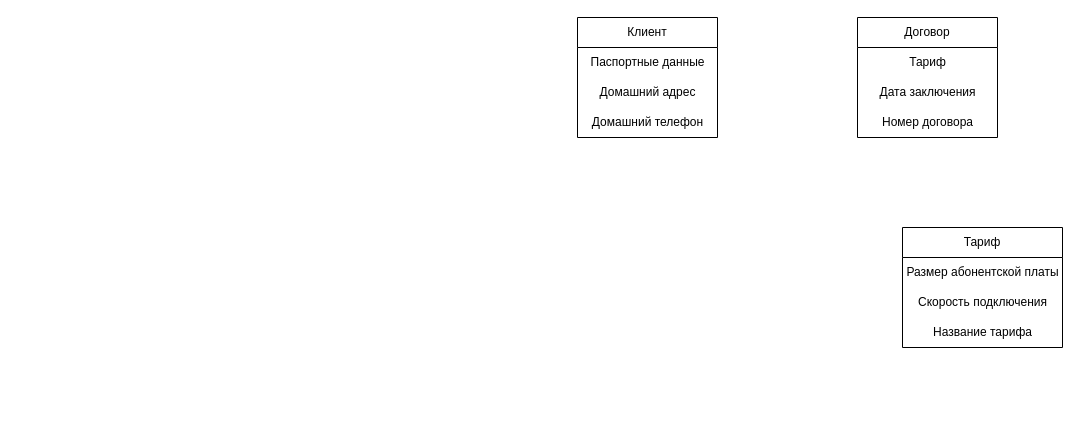
DimaUraz/DB keeps this draw.io diagram as Untitled Diagram.drawio. Above is the earlier version. Source tidied: cells renumbered, new cells numbered last; positions are measured from the earlier drawing's top-left corner, leaving out a move shared by most shapes. Both pictures are drawn from the tidied source at 100%, with x=0, y=0 at pixel (577, 17).
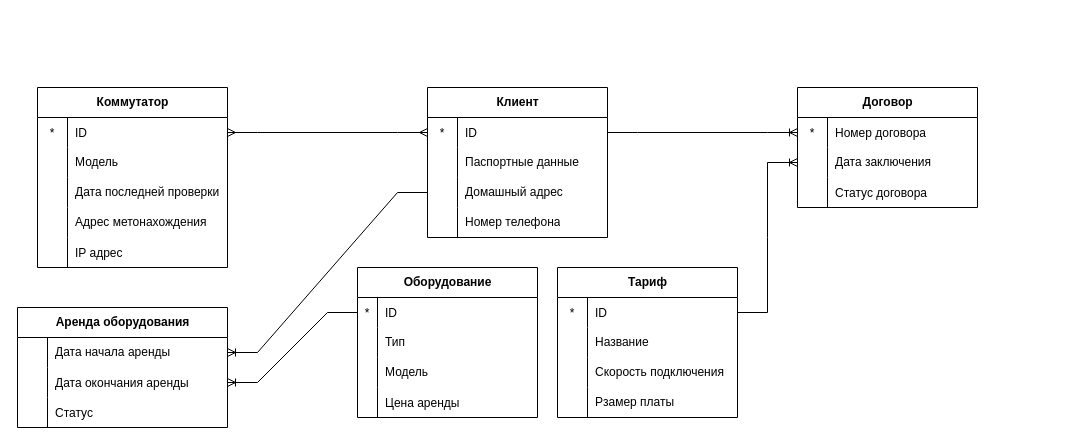
The same page after the edit.

Diff of the diagram source:
```diff
@@
-    <mxCell id="2" value="Клиент" style="swimlane;fontStyle=0;horizontal=1;startSize=30;whiteSpace=wrap;html=1;" parent="1" vertex="1">
-      <mxGeometry width="140" height="120" as="geometry" />
+    <mxCell id="2" value="Клиент" style="shape=table;startSize=30;childLayout=tableLayout;rowLines=0;fontStyle=1;align=center;html=1;" parent="1" vertex="1">
+      <mxGeometry x="-150" y="70" width="180" height="150" as="geometry" />
     </mxCell>
+    <mxCell id="14" style="shape=tableRow;horizontal=0;startSize=0;swimlaneHead=0;swimlaneBody=0;fillColor=none;top=0;left=0;right=0;bottom=0;" parent="2" vertex="1">
+      <mxGeometry y="30" width="180" height="30" as="geometry" />
+    </mxCell>
+    <mxCell id="15" value="*" style="shape=partialRectangle;fillColor=none;top=0;left=0;bottom=0;right=0;overflow=hidden;" parent="14" vertex="1">
+      <mxGeometry width="30" height="30" as="geometry" />
+    </mxCell>
+    <mxCell id="16" value="ID" style="shape=partialRectangle;fillColor=none;top=0;left=0;bottom=0;right=0;align=left;spacingLeft=6;overflow=hidden;" parent="14" vertex="1">
+      <mxGeometry x="30" width="150" height="30" as="geometry" />
+    </mxCell>
+    <mxCell id="17" style="shape=tableRow;horizontal=0;startSize=0;swimlaneHead=0;swimlaneBody=0;fillColor=none;top=0;left=0;right=0;bottom=0;" parent="2" vertex="1">
+      <mxGeometry y="60" width="180" height="30" as="geometry" />
+    </mxCell>
+    <mxCell id="18" style="shape=partialRectangle;fillColor=none;top=0;left=0;bottom=0;right=0;overflow=hidden;whiteSpace=wrap;html=1;" parent="17" vertex="1">
+      <mxGeometry width="30" height="30" as="geometry" />
+    </mxCell>
-    <mxCell id="3" value="Паспортные данные" style="text;html=1;align=center;verticalAlign=middle;strokeColor=none;fillColor=none;" parent="2" vertex="1">
-      <mxGeometry y="30" width="140" height="30" as="geometry" />
+    <mxCell id="3" value="Паспортные данные" style="shape=partialRectangle;fillColor=none;top=0;left=0;bottom=0;right=0;align=left;spacingLeft=6;overflow=hidden;whiteSpace=wrap;html=1;" parent="17" vertex="1">
+      <mxGeometry x="30" width="150" height="30" as="geometry" />
     </mxCell>
-    <mxCell id="4" value="Домашний адрес" style="text;html=1;align=center;verticalAlign=middle;strokeColor=none;fillColor=none;" parent="2" vertex="1">
-      <mxGeometry y="60" width="140" height="30" as="geometry" />
-    </mxCell>
-    <mxCell id="5" value="Домашний телефон" style="text;html=1;align=center;verticalAlign=middle;strokeColor=none;fillColor=none;" parent="2" vertex="1">
-      <mxGeometry y="90" width="140" height="30" as="geometry" />
-    </mxCell>
+    <mxCell id="19" style="shape=tableRow;horizontal=0;startSize=0;swimlaneHead=0;swimlaneBody=0;fillColor=none;points=[[0,0.5],[1,0.5]];portConstraint=eastwest;top=0;left=0;right=0;bottom=0;" parent="2" vertex="1">
+      <mxGeometry y="90" width="180" height="30" as="geometry" />
+    </mxCell>
+    <mxCell id="20" style="shape=partialRectangle;fillColor=none;top=0;left=0;bottom=0;right=0;overflow=hidden;whiteSpace=wrap;html=1;" parent="19" vertex="1">
+      <mxGeometry width="30" height="30" as="geometry" />
+    </mxCell>
+    <mxCell id="21" value="Домашный адрес" style="shape=partialRectangle;fillColor=none;top=0;left=0;bottom=0;right=0;align=left;spacingLeft=6;overflow=hidden;whiteSpace=wrap;html=1;" parent="19" vertex="1">
+      <mxGeometry x="30" width="150" height="30" as="geometry" />
+    </mxCell>
+    <mxCell id="22" style="shape=tableRow;horizontal=0;startSize=0;swimlaneHead=0;swimlaneBody=0;fillColor=none;top=0;left=0;right=0;bottom=0;" parent="2" vertex="1">
+      <mxGeometry y="120" width="180" height="30" as="geometry" />
+    </mxCell>
+    <mxCell id="23" style="shape=partialRectangle;fillColor=none;top=0;left=0;bottom=0;right=0;overflow=hidden;whiteSpace=wrap;html=1;" parent="22" vertex="1">
+      <mxGeometry width="30" height="30" as="geometry" />
+    </mxCell>
+    <mxCell id="24" value="Номер телефона" style="shape=partialRectangle;fillColor=none;top=0;left=0;bottom=0;right=0;align=left;spacingLeft=6;overflow=hidden;whiteSpace=wrap;html=1;" parent="22" vertex="1">
+      <mxGeometry x="30" width="150" height="30" as="geometry" />
+    </mxCell>
+    <mxCell id="25" value="Тариф" style="shape=table;startSize=30;childLayout=tableLayout;rowLines=0;fontStyle=1;align=center;html=1;" parent="1" vertex="1">
+      <mxGeometry x="-20" y="250" width="180" height="150" as="geometry" />
+    </mxCell>
+    <mxCell id="26" style="shape=tableRow;horizontal=0;startSize=0;swimlaneHead=0;swimlaneBody=0;fillColor=none;top=0;left=0;right=0;bottom=0;" parent="25" vertex="1">
+      <mxGeometry y="30" width="180" height="30" as="geometry" />
+    </mxCell>
+    <mxCell id="27" value="*" style="shape=partialRectangle;fillColor=none;top=0;left=0;bottom=0;right=0;overflow=hidden;" parent="26" vertex="1">
+      <mxGeometry width="30" height="30" as="geometry" />
+    </mxCell>
+    <mxCell id="28" value="ID" style="shape=partialRectangle;fillColor=none;top=0;left=0;bottom=0;right=0;align=left;spacingLeft=6;overflow=hidden;" parent="26" vertex="1">
+      <mxGeometry x="30" width="150" height="30" as="geometry" />
+    </mxCell>
+    <mxCell id="29" style="shape=tableRow;horizontal=0;startSize=0;swimlaneHead=0;swimlaneBody=0;fillColor=none;top=0;left=0;right=0;bottom=0;" parent="25" vertex="1">
+      <mxGeometry y="60" width="180" height="30" as="geometry" />
+    </mxCell>
+    <mxCell id="30" style="shape=partialRectangle;fillColor=none;top=0;left=0;bottom=0;right=0;overflow=hidden;whiteSpace=wrap;html=1;" parent="29" vertex="1">
+      <mxGeometry width="30" height="30" as="geometry" />
+    </mxCell>
+    <mxCell id="31" value="Название" style="shape=partialRectangle;fillColor=none;top=0;left=0;bottom=0;right=0;align=left;spacingLeft=6;overflow=hidden;whiteSpace=wrap;html=1;" parent="29" vertex="1">
+      <mxGeometry x="30" width="150" height="30" as="geometry" />
+    </mxCell>
+    <mxCell id="32" style="shape=tableRow;horizontal=0;startSize=0;swimlaneHead=0;swimlaneBody=0;fillColor=none;top=0;left=0;right=0;bottom=0;" parent="25" vertex="1">
+      <mxGeometry y="90" width="180" height="30" as="geometry" />
+    </mxCell>
+    <mxCell id="33" style="shape=partialRectangle;fillColor=none;top=0;left=0;bottom=0;right=0;overflow=hidden;whiteSpace=wrap;html=1;" parent="32" vertex="1">
+      <mxGeometry width="30" height="30" as="geometry" />
+    </mxCell>
+    <mxCell id="12" value="Скорость подключения" style="shape=partialRectangle;fillColor=none;top=0;left=0;bottom=0;right=0;align=left;spacingLeft=6;overflow=hidden;whiteSpace=wrap;html=1;" parent="32" vertex="1">
+      <mxGeometry x="30" width="150" height="30" as="geometry" />
+    </mxCell>
+    <mxCell id="34" style="shape=tableRow;horizontal=0;startSize=0;swimlaneHead=0;swimlaneBody=0;fillColor=none;top=0;left=0;right=0;bottom=0;" parent="25" vertex="1">
+      <mxGeometry y="120" width="180" height="30" as="geometry" />
+    </mxCell>
+    <mxCell id="35" style="shape=partialRectangle;fillColor=none;top=0;left=0;bottom=0;right=0;overflow=hidden;whiteSpace=wrap;html=1;" parent="34" vertex="1">
+      <mxGeometry width="30" height="30" as="geometry" />
+    </mxCell>
+    <mxCell id="36" value="Рзамер платы" style="shape=partialRectangle;fillColor=none;top=0;left=0;bottom=0;right=0;align=left;spacingLeft=6;overflow=hidden;whiteSpace=wrap;html=1;" parent="34" vertex="1">
+      <mxGeometry x="30" width="150" height="30" as="geometry" />
+    </mxCell>
+    <mxCell id="37" value="Аренда оборудования" style="shape=table;startSize=30;childLayout=tableLayout;rowLines=0;fontStyle=1;align=center;html=1;" parent="1" vertex="1">
+      <mxGeometry x="-560" y="290" width="210" height="120" as="geometry" />
+    </mxCell>
+    <mxCell id="38" style="shape=tableRow;horizontal=0;startSize=0;swimlaneHead=0;swimlaneBody=0;fillColor=none;points=[[0,0.5],[1,0.5]];portConstraint=eastwest;top=0;left=0;right=0;bottom=0;" parent="37" vertex="1">
+      <mxGeometry y="30" width="210" height="30" as="geometry" />
+    </mxCell>
+    <mxCell id="39" style="shape=partialRectangle;fillColor=none;top=0;left=0;bottom=0;right=0;overflow=hidden;whiteSpace=wrap;html=1;" parent="38" vertex="1">
+      <mxGeometry width="30" height="30" as="geometry" />
+    </mxCell>
+    <mxCell id="40" value="Дата начала аренды" style="shape=partialRectangle;fillColor=none;top=0;left=0;bottom=0;right=0;align=left;spacingLeft=6;overflow=hidden;whiteSpace=wrap;html=1;" parent="38" vertex="1">
+      <mxGeometry x="30" width="180" height="30" as="geometry" />
+    </mxCell>
+    <mxCell id="41" style="shape=tableRow;horizontal=0;startSize=0;swimlaneHead=0;swimlaneBody=0;fillColor=none;points=[[0,0.5],[1,0.5]];portConstraint=eastwest;top=0;left=0;right=0;bottom=0;" parent="37" vertex="1">
+      <mxGeometry y="60" width="210" height="30" as="geometry" />
+    </mxCell>
+    <mxCell id="42" style="shape=partialRectangle;fillColor=none;top=0;left=0;bottom=0;right=0;overflow=hidden;" parent="41" vertex="1">
+      <mxGeometry width="30" height="30" as="geometry" />
+    </mxCell>
+    <mxCell id="43" value="Дата окончания аренды" style="shape=partialRectangle;fillColor=none;top=0;left=0;bottom=0;right=0;align=left;spacingLeft=6;overflow=hidden;" parent="41" vertex="1">
+      <mxGeometry x="30" width="180" height="30" as="geometry" />
+    </mxCell>
+    <mxCell id="44" style="shape=tableRow;horizontal=0;startSize=0;swimlaneHead=0;swimlaneBody=0;fillColor=none;top=0;left=0;right=0;bottom=0;" parent="37" vertex="1">
+      <mxGeometry y="90" width="210" height="30" as="geometry" />
+    </mxCell>
+    <mxCell id="45" style="shape=partialRectangle;fillColor=none;top=0;left=0;bottom=0;right=0;overflow=hidden;" parent="44" vertex="1">
+      <mxGeometry width="30" height="30" as="geometry" />
+    </mxCell>
+    <mxCell id="46" value="Статус" style="shape=partialRectangle;fillColor=none;top=0;left=0;bottom=0;right=0;align=left;spacingLeft=6;overflow=hidden;" parent="44" vertex="1">
+      <mxGeometry x="30" width="180" height="30" as="geometry" />
+    </mxCell>
-    <mxCell id="6" value="Договор" style="swimlane;fontStyle=0;horizontal=1;startSize=30;whiteSpace=wrap;html=1;" parent="1" vertex="1">
-      <mxGeometry x="280" width="140" height="120" as="geometry" />
+    <mxCell id="6" value="Договор" style="shape=table;startSize=30;childLayout=tableLayout;rowLines=0;fontStyle=1;align=center;html=1;" parent="1" vertex="1">
+      <mxGeometry x="220" y="70" width="180" height="120" as="geometry" />
     </mxCell>
-    <mxCell id="7" value="Тариф" style="text;html=1;align=center;verticalAlign=middle;strokeColor=none;fillColor=none;" parent="6" vertex="1">
-      <mxGeometry y="30" width="140" height="30" as="geometry" />
-    </mxCell>
+    <mxCell id="47" style="shape=tableRow;horizontal=0;startSize=0;swimlaneHead=0;swimlaneBody=0;fillColor=none;top=0;left=0;right=0;bottom=0;" parent="6" vertex="1">
+      <mxGeometry y="30" width="180" height="30" as="geometry" />
+    </mxCell>
+    <mxCell id="48" value="*" style="shape=partialRectangle;fillColor=none;top=0;left=0;bottom=0;right=0;overflow=hidden;" parent="47" vertex="1">
+      <mxGeometry width="30" height="30" as="geometry" />
+    </mxCell>
+    <mxCell id="9" value="Номер договора" style="shape=partialRectangle;fillColor=none;top=0;left=0;bottom=0;right=0;align=left;spacingLeft=6;overflow=hidden;" parent="47" vertex="1">
+      <mxGeometry x="30" width="150" height="30" as="geometry" />
+    </mxCell>
+    <mxCell id="49" style="shape=tableRow;horizontal=0;startSize=0;swimlaneHead=0;swimlaneBody=0;fillColor=none;points=[[0,0.5],[1,0.5]];portConstraint=eastwest;top=0;left=0;right=0;bottom=0;" parent="6" vertex="1">
+      <mxGeometry y="60" width="180" height="30" as="geometry" />
+    </mxCell>
+    <mxCell id="50" style="shape=partialRectangle;fillColor=none;top=0;left=0;bottom=0;right=0;overflow=hidden;whiteSpace=wrap;html=1;" parent="49" vertex="1">
+      <mxGeometry width="30" height="30" as="geometry" />
+    </mxCell>
-    <mxCell id="8" value="Дата заключения" style="text;html=1;align=center;verticalAlign=middle;strokeColor=none;fillColor=none;" parent="6" vertex="1">
-      <mxGeometry y="60" width="140" height="30" as="geometry" />
+    <mxCell id="8" value="Дата заключения" style="shape=partialRectangle;fillColor=none;top=0;left=0;bottom=0;right=0;align=left;spacingLeft=6;overflow=hidden;whiteSpace=wrap;html=1;" parent="49" vertex="1">
+      <mxGeometry x="30" width="150" height="30" as="geometry" />
     </mxCell>
-    <mxCell id="9" value="Номер договора" style="text;html=1;align=center;verticalAlign=middle;strokeColor=none;fillColor=none;" parent="6" vertex="1">
-      <mxGeometry y="90" width="140" height="30" as="geometry" />
-    </mxCell>
-    <mxCell id="10" value="Тариф" style="swimlane;fontStyle=0;horizontal=1;startSize=30;whiteSpace=wrap;html=1;" parent="1" vertex="1">
-      <mxGeometry x="325" y="210" width="160" height="120" as="geometry" />
-    </mxCell>
-    <mxCell id="11" value="Размер абонентской платы" style="text;html=1;align=center;verticalAlign=middle;strokeColor=none;fillColor=none;" parent="10" vertex="1">
-      <mxGeometry y="30" width="160" height="30" as="geometry" />
-    </mxCell>
-    <mxCell id="12" value="Скорость подключения" style="text;html=1;align=center;verticalAlign=middle;strokeColor=none;fillColor=none;" parent="10" vertex="1">
-      <mxGeometry y="60" width="160" height="30" as="geometry" />
-    </mxCell>
-    <mxCell id="13" value="Название тарифа" style="text;html=1;align=center;verticalAlign=middle;strokeColor=none;fillColor=none;" parent="10" vertex="1">
-      <mxGeometry y="90" width="160" height="30" as="geometry" />
-    </mxCell>
+    <mxCell id="51" style="shape=tableRow;horizontal=0;startSize=0;swimlaneHead=0;swimlaneBody=0;fillColor=none;top=0;left=0;right=0;bottom=0;" parent="6" vertex="1">
+      <mxGeometry y="90" width="180" height="30" as="geometry" />
+    </mxCell>
+    <mxCell id="52" style="shape=partialRectangle;fillColor=none;top=0;left=0;bottom=0;right=0;overflow=hidden;" parent="51" vertex="1">
+      <mxGeometry width="30" height="30" as="geometry" />
+    </mxCell>
+    <mxCell id="53" value="Статус договора" style="shape=partialRectangle;fillColor=none;top=0;left=0;bottom=0;right=0;align=left;spacingLeft=6;overflow=hidden;" parent="51" vertex="1">
+      <mxGeometry x="30" width="150" height="30" as="geometry" />
+    </mxCell>
+    <mxCell id="54" value="Оборудование" style="shape=table;startSize=30;childLayout=tableLayout;rowLines=0;fontStyle=1;align=center;html=1;" parent="1" vertex="1">
+      <mxGeometry x="-220" y="250" width="180" height="150" as="geometry" />
+    </mxCell>
+    <mxCell id="55" style="shape=tableRow;horizontal=0;startSize=0;swimlaneHead=0;swimlaneBody=0;fillColor=none;points=[[0,0.5],[1,0.5]];portConstraint=eastwest;top=0;left=0;right=0;bottom=0;" parent="54" vertex="1">
+      <mxGeometry y="30" width="180" height="30" as="geometry" />
+    </mxCell>
+    <mxCell id="56" value="*" style="shape=partialRectangle;fillColor=none;top=0;left=0;bottom=0;right=0;overflow=hidden;" parent="55" vertex="1">
+      <mxGeometry width="20" height="30" as="geometry" />
+    </mxCell>
+    <mxCell id="57" value="ID" style="shape=partialRectangle;fillColor=none;top=0;left=0;bottom=0;right=0;align=left;spacingLeft=6;overflow=hidden;" parent="55" vertex="1">
+      <mxGeometry x="20" width="160" height="30" as="geometry" />
+    </mxCell>
+    <mxCell id="58" style="shape=tableRow;horizontal=0;startSize=0;swimlaneHead=0;swimlaneBody=0;fillColor=none;top=0;left=0;right=0;bottom=0;" parent="54" vertex="1">
+      <mxGeometry y="60" width="180" height="30" as="geometry" />
+    </mxCell>
+    <mxCell id="59" style="shape=partialRectangle;fillColor=none;top=0;left=0;bottom=0;right=0;overflow=hidden;whiteSpace=wrap;html=1;" parent="58" vertex="1">
+      <mxGeometry width="20" height="30" as="geometry" />
+    </mxCell>
+    <mxCell id="60" value="Тип" style="shape=partialRectangle;fillColor=none;top=0;left=0;bottom=0;right=0;align=left;spacingLeft=6;overflow=hidden;whiteSpace=wrap;html=1;" parent="58" vertex="1">
+      <mxGeometry x="20" width="160" height="30" as="geometry" />
+    </mxCell>
+    <mxCell id="61" style="shape=tableRow;horizontal=0;startSize=0;swimlaneHead=0;swimlaneBody=0;fillColor=none;top=0;left=0;right=0;bottom=0;" parent="54" vertex="1">
+      <mxGeometry y="90" width="180" height="30" as="geometry" />
+    </mxCell>
+    <mxCell id="62" style="shape=partialRectangle;fillColor=none;top=0;left=0;bottom=0;right=0;overflow=hidden;whiteSpace=wrap;html=1;" parent="61" vertex="1">
+      <mxGeometry width="20" height="30" as="geometry" />
+    </mxCell>
+    <mxCell id="63" value="Модель" style="shape=partialRectangle;fillColor=none;top=0;left=0;bottom=0;right=0;align=left;spacingLeft=6;overflow=hidden;whiteSpace=wrap;html=1;" parent="61" vertex="1">
+      <mxGeometry x="20" width="160" height="30" as="geometry" />
+    </mxCell>
+    <mxCell id="64" style="shape=tableRow;horizontal=0;startSize=0;swimlaneHead=0;swimlaneBody=0;fillColor=none;top=0;left=0;right=0;bottom=0;" parent="54" vertex="1">
+      <mxGeometry y="120" width="180" height="30" as="geometry" />
+    </mxCell>
+    <mxCell id="65" style="shape=partialRectangle;fillColor=none;top=0;left=0;bottom=0;right=0;overflow=hidden;" parent="64" vertex="1">
+      <mxGeometry width="20" height="30" as="geometry" />
+    </mxCell>
+    <mxCell id="66" value="Цена аренды" style="shape=partialRectangle;fillColor=none;top=0;left=0;bottom=0;right=0;align=left;spacingLeft=6;overflow=hidden;" parent="64" vertex="1">
+      <mxGeometry x="20" width="160" height="30" as="geometry" />
+    </mxCell>
+    <mxCell id="67" value="Коммутатор" style="shape=table;startSize=30;childLayout=tableLayout;rowLines=0;fontStyle=1;align=center;html=1;" parent="1" vertex="1">
+      <mxGeometry x="-540" y="70" width="190" height="180" as="geometry" />
+    </mxCell>
+    <mxCell id="68" style="shape=tableRow;horizontal=0;startSize=0;swimlaneHead=0;swimlaneBody=0;fillColor=none;top=0;left=0;right=0;bottom=0;" parent="67" vertex="1">
+      <mxGeometry y="30" width="190" height="30" as="geometry" />
+    </mxCell>
+    <mxCell id="69" value="*" style="shape=partialRectangle;fillColor=none;top=0;left=0;bottom=0;right=0;overflow=hidden;" parent="68" vertex="1">
+      <mxGeometry width="30" height="30" as="geometry" />
+    </mxCell>
+    <mxCell id="70" value="ID" style="shape=partialRectangle;fillColor=none;top=0;left=0;bottom=0;right=0;align=left;spacingLeft=6;overflow=hidden;" parent="68" vertex="1">
+      <mxGeometry x="30" width="160" height="30" as="geometry" />
+    </mxCell>
+    <mxCell id="71" style="shape=tableRow;horizontal=0;startSize=0;swimlaneHead=0;swimlaneBody=0;fillColor=none;top=0;left=0;right=0;bottom=0;" parent="67" vertex="1">
+      <mxGeometry y="60" width="190" height="30" as="geometry" />
+    </mxCell>
+    <mxCell id="72" style="shape=partialRectangle;fillColor=none;top=0;left=0;bottom=0;right=0;overflow=hidden;whiteSpace=wrap;html=1;" parent="71" vertex="1">
+      <mxGeometry width="30" height="30" as="geometry" />
+    </mxCell>
+    <mxCell id="73" value="Модель" style="shape=partialRectangle;fillColor=none;top=0;left=0;bottom=0;right=0;align=left;spacingLeft=6;overflow=hidden;whiteSpace=wrap;html=1;" parent="71" vertex="1">
+      <mxGeometry x="30" width="160" height="30" as="geometry" />
+    </mxCell>
+    <mxCell id="74" style="shape=tableRow;horizontal=0;startSize=0;swimlaneHead=0;swimlaneBody=0;fillColor=none;top=0;left=0;right=0;bottom=0;" parent="67" vertex="1">
+      <mxGeometry y="90" width="190" height="30" as="geometry" />
+    </mxCell>
+    <mxCell id="75" style="shape=partialRectangle;fillColor=none;top=0;left=0;bottom=0;right=0;overflow=hidden;whiteSpace=wrap;html=1;" parent="74" vertex="1">
+      <mxGeometry width="30" height="30" as="geometry" />
+    </mxCell>
+    <mxCell id="76" value="Дата последней проверки" style="shape=partialRectangle;fillColor=none;top=0;left=0;bottom=0;right=0;align=left;spacingLeft=6;overflow=hidden;whiteSpace=wrap;html=1;" parent="74" vertex="1">
+      <mxGeometry x="30" width="160" height="30" as="geometry" />
+    </mxCell>
+    <mxCell id="77" style="shape=tableRow;horizontal=0;startSize=0;swimlaneHead=0;swimlaneBody=0;fillColor=none;top=0;left=0;right=0;bottom=0;" parent="67" vertex="1">
+      <mxGeometry y="120" width="190" height="30" as="geometry" />
+    </mxCell>
+    <mxCell id="78" style="shape=partialRectangle;fillColor=none;top=0;left=0;bottom=0;right=0;overflow=hidden;whiteSpace=wrap;html=1;" parent="77" vertex="1">
+      <mxGeometry width="30" height="30" as="geometry" />
+    </mxCell>
+    <mxCell id="79" value="Адрес метонахождения" style="shape=partialRectangle;fillColor=none;top=0;left=0;bottom=0;right=0;align=left;spacingLeft=6;overflow=hidden;whiteSpace=wrap;html=1;" parent="77" vertex="1">
+      <mxGeometry x="30" width="160" height="30" as="geometry" />
+    </mxCell>
+    <mxCell id="80" style="shape=tableRow;horizontal=0;startSize=0;swimlaneHead=0;swimlaneBody=0;fillColor=none;top=0;left=0;right=0;bottom=0;" parent="67" vertex="1">
+      <mxGeometry y="150" width="190" height="30" as="geometry" />
+    </mxCell>
+    <mxCell id="81" style="shape=partialRectangle;fillColor=none;top=0;left=0;bottom=0;right=0;overflow=hidden;" parent="80" vertex="1">
+      <mxGeometry width="30" height="30" as="geometry" />
+    </mxCell>
+    <mxCell id="82" value="IP адрес" style="shape=partialRectangle;fillColor=none;top=0;left=0;bottom=0;right=0;align=left;spacingLeft=6;overflow=hidden;" parent="80" vertex="1">
+      <mxGeometry x="30" width="160" height="30" as="geometry" />
+    </mxCell>
+    <mxCell id="83" style="edgeStyle=entityRelationEdgeStyle;fontSize=12;html=1;endArrow=ERoneToMany;rounded=0;exitX=1;exitY=0.5;exitDx=0;exitDy=0;entryX=0;entryY=0.5;entryDx=0;entryDy=0;" parent="1" edge="1">
+      <mxGeometry relative="1" as="geometry">
+        <mxPoint x="30" y="115" as="sourcePoint" />
+        <mxPoint x="220" y="115" as="targetPoint" />
+      </mxGeometry>
+    </mxCell>
+    <mxCell id="84" style="edgeStyle=entityRelationEdgeStyle;fontSize=12;html=1;endArrow=ERoneToMany;rounded=0;entryX=0;entryY=0.5;entryDx=0;entryDy=0;exitX=1;exitY=0.5;exitDx=0;exitDy=0;" parent="1" edge="1" target="49">
+      <mxGeometry relative="1" as="geometry">
+        <mxPoint x="160" y="295" as="sourcePoint" />
+        <Array as="points">
+          <mxPoint x="32" y="342" />
+          <mxPoint x="132" y="302" />
+          <mxPoint x="122" y="342" />
+          <mxPoint x="52" y="352" />
+          <mxPoint x="32" y="372" />
+        </Array>
+      </mxGeometry>
+    </mxCell>
+    <mxCell id="85" style="edgeStyle=entityRelationEdgeStyle;fontSize=12;html=1;endArrow=ERoneToMany;rounded=0;entryX=1;entryY=0.5;entryDx=0;entryDy=0;exitX=0;exitY=0.5;exitDx=0;exitDy=0;" parent="1" edge="1" source="19" target="38">
+      <mxGeometry relative="1" as="geometry">
+        <Array as="points">
+          <mxPoint x="-440" y="350" />
+          <mxPoint x="-250" y="110" />
+          <mxPoint x="-190" y="130" />
+          <mxPoint x="-370" y="280" />
+          <mxPoint x="-390" y="260" />
+        </Array>
+      </mxGeometry>
+    </mxCell>
+    <mxCell id="86" style="edgeStyle=entityRelationEdgeStyle;fontSize=12;html=1;endArrow=ERoneToMany;rounded=0;entryX=1;entryY=0.5;entryDx=0;entryDy=0;exitX=0;exitY=0.5;exitDx=0;exitDy=0;" parent="1" edge="1" source="55" target="41">
+      <mxGeometry relative="1" as="geometry" />
+    </mxCell>
+    <mxCell id="87" style="edgeStyle=entityRelationEdgeStyle;fontSize=12;html=1;endArrow=ERmany;startArrow=ERmany;rounded=0;exitX=1;exitY=0.5;exitDx=0;exitDy=0;entryX=0;entryY=0.5;entryDx=0;entryDy=0;" parent="1" edge="1">
+      <mxGeometry relative="1" as="geometry">
+        <mxPoint x="-350" y="115" as="sourcePoint" />
+        <mxPoint x="-150" y="115" as="targetPoint" />
+      </mxGeometry>
+    </mxCell>
```
